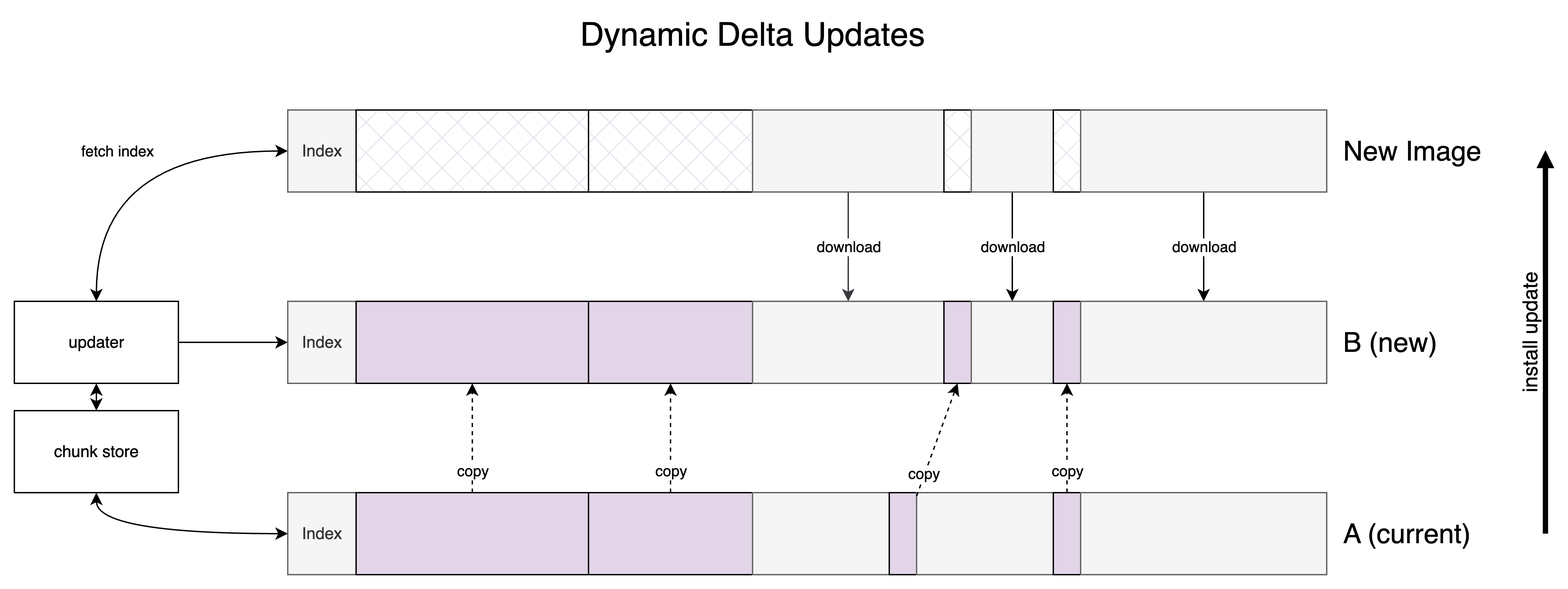
thin-edge/tedge-public-demos keeps this draw.io diagram as demos/2025-07-30/slides/dynamic-updates.drawio.png. Above is the earlier version. Source tidied: cells renumbered, new cells last; positions are measured from the earlier drawing's top-left corner, leaving out a move shared by most shapes.
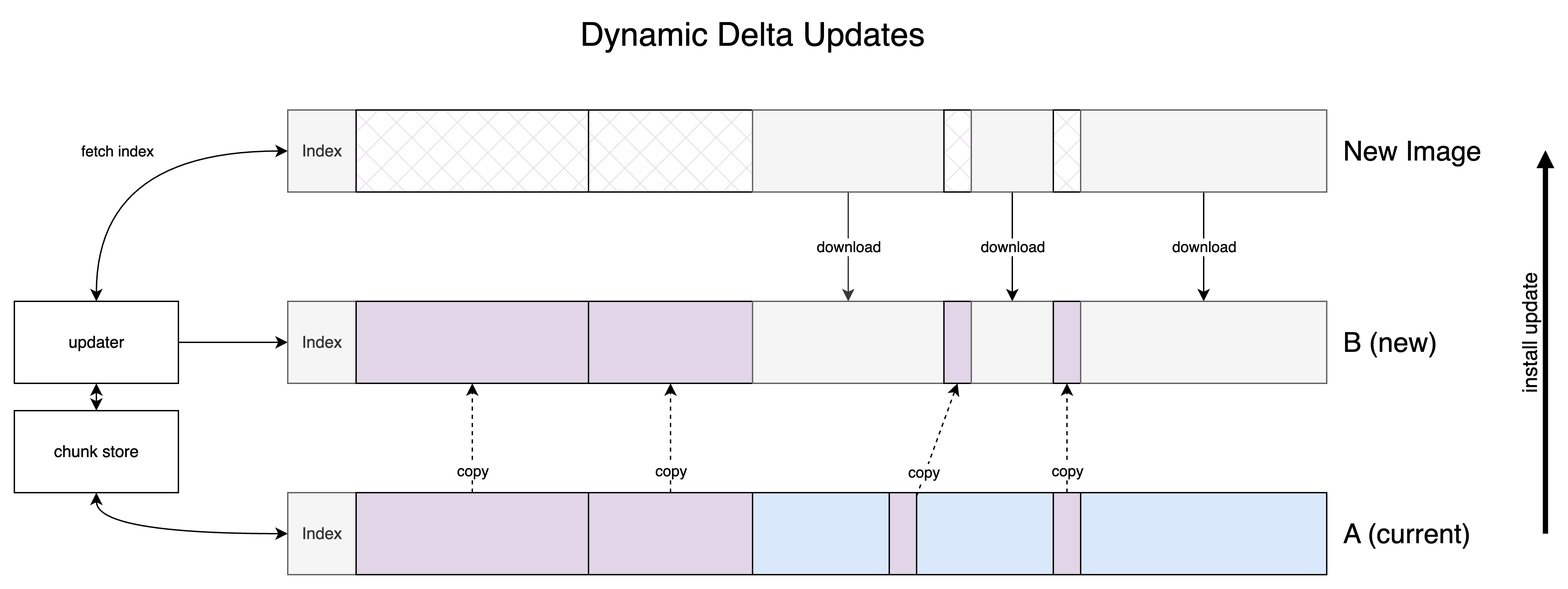
The same file after the commit.

What changed in the source:
```diff
@@ -14,19 +14,19 @@
     <mxCell id="5" style="rounded=0;whiteSpace=wrap;html=1;fillColor=#e1d5e7;strokeColor=default;" parent="1" vertex="1">
       <mxGeometry x="250" y="350" width="170" height="60" as="geometry" />
     </mxCell>
-    <mxCell id="6" style="rounded=0;whiteSpace=wrap;html=1;fillColor=#f5f5f5;fontColor=#333333;strokeColor=#666666;" parent="1" vertex="1">
+    <mxCell id="6" style="rounded=0;whiteSpace=wrap;html=1;fillColor=#dae8fc;strokeColor=default;" parent="1" vertex="1">
       <mxGeometry x="540" y="350" width="100" height="60" as="geometry" />
     </mxCell>
     <mxCell id="7" style="rounded=0;whiteSpace=wrap;html=1;fillStyle=auto;fillColor=#e1d5e7;strokeColor=default;" parent="1" vertex="1">
       <mxGeometry x="640" y="350" width="20" height="60" as="geometry" />
     </mxCell>
-    <mxCell id="8" style="rounded=0;whiteSpace=wrap;html=1;fillColor=#f5f5f5;fontColor=#333333;strokeColor=#666666;" parent="1" vertex="1">
+    <mxCell id="8" style="rounded=0;whiteSpace=wrap;html=1;fillColor=#dae8fc;strokeColor=default;" parent="1" vertex="1">
       <mxGeometry x="660" y="350" width="100" height="60" as="geometry" />
     </mxCell>
     <mxCell id="9" style="rounded=0;whiteSpace=wrap;html=1;fillStyle=auto;fillColor=#e1d5e7;strokeColor=default;" parent="1" vertex="1">
       <mxGeometry x="760" y="350" width="20" height="60" as="geometry" />
     </mxCell>
-    <mxCell id="10" style="rounded=0;whiteSpace=wrap;html=1;fillColor=#f5f5f5;fontColor=#333333;strokeColor=#666666;" parent="1" vertex="1">
+    <mxCell id="10" style="rounded=0;whiteSpace=wrap;html=1;fillColor=#dae8fc;strokeColor=default;" parent="1" vertex="1">
       <mxGeometry x="780" y="350" width="180" height="60" as="geometry" />
     </mxCell>
     <mxCell id="11" value="A (current)" style="text;html=1;align=left;verticalAlign=middle;whiteSpace=wrap;rounded=0;fontSize=20;" parent="1" vertex="1">
```
